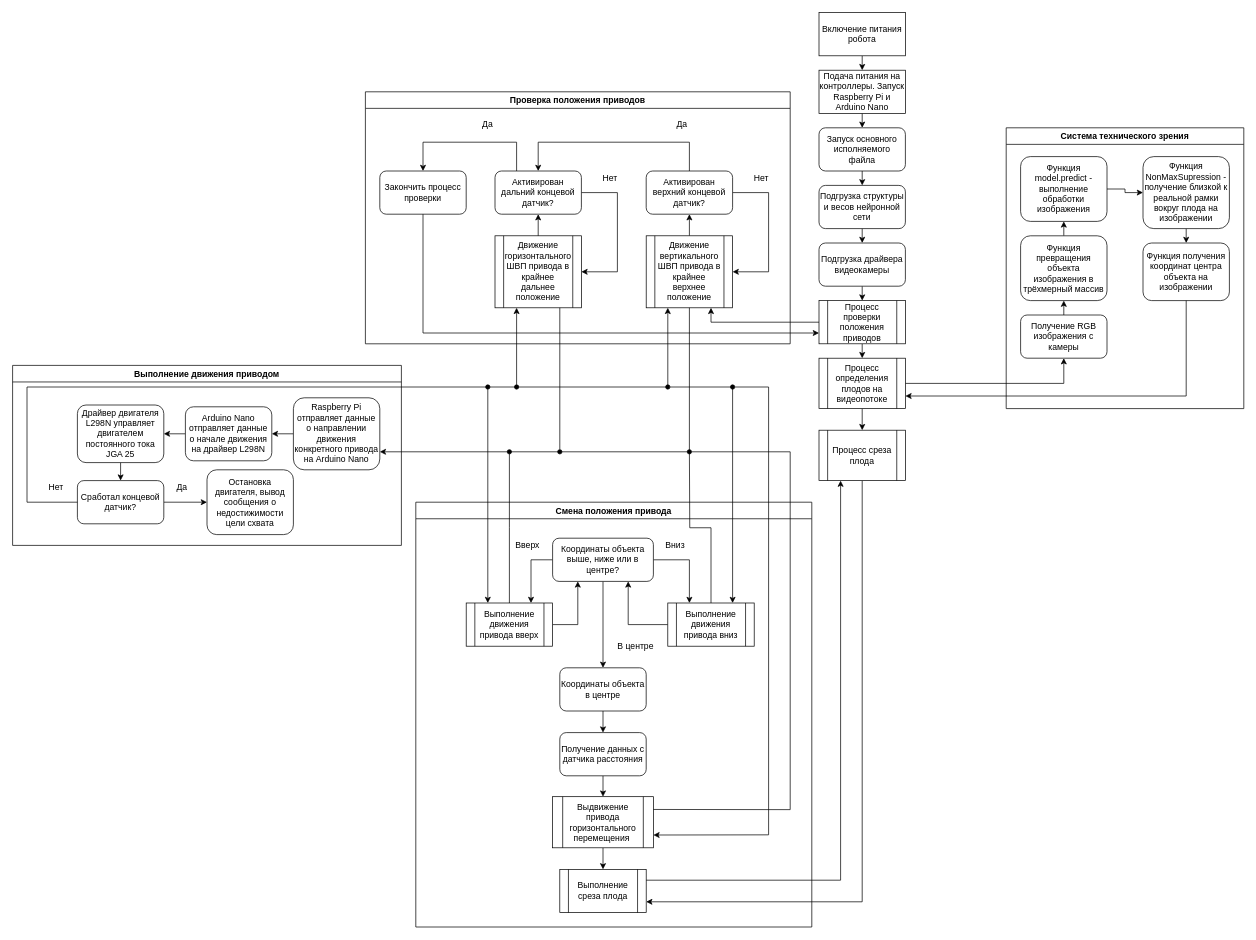
Earlier version of the draw.io diagram General algorithm of operation full.drawio (olegogogo/GreenhouseRobotPicker). Source tidied: cells renumbered, new cells numbered last; positions are measured from the earlier drawing's top-left corner, leaving out a move shared by most shapes. Both pictures are drawn from the tidied source at 72%, with x=0, y=0 at pixel (12, 12).
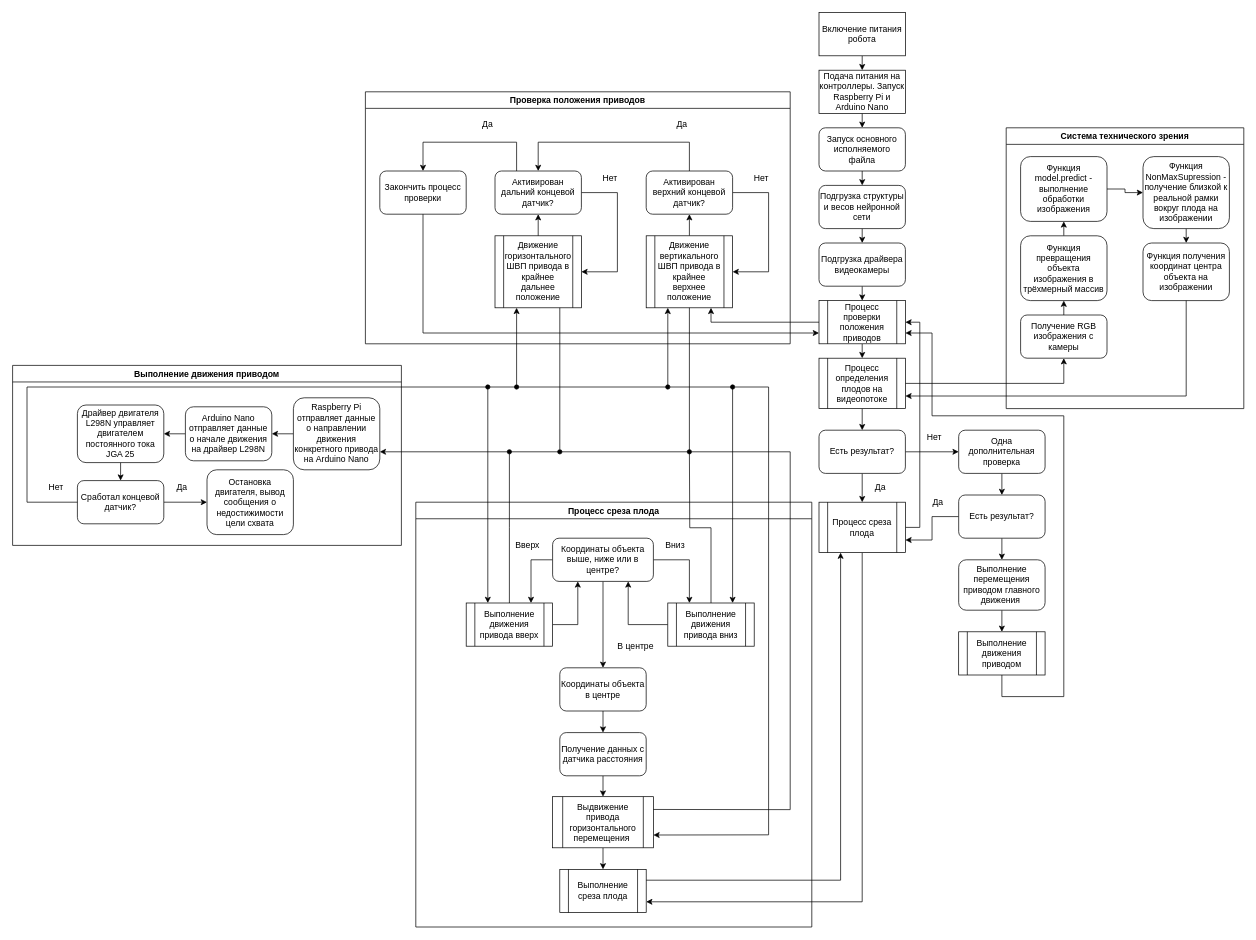
The same diagram, later.

Unchanged cells that the change refers to:
```xml
<mxCell id="30" value="&lt;span&gt;Процесс проверки положения приводов&lt;/span&gt;" style="shape=process;whiteSpace=wrap;html=1;backgroundOutline=1;" parent="1" vertex="1">
  <mxGeometry x="1120" y="400" width="120" height="60" as="geometry" />
</mxCell>
<mxCell id="34" value="Процесс определения плодов на видеопотоке" style="shape=process;whiteSpace=wrap;html=1;backgroundOutline=1;" parent="1" vertex="1">
  <mxGeometry x="1120" y="480" width="120" height="70" as="geometry" />
</mxCell>
```

The edit, as a diff of the source:
```diff
@@
-    <mxCell id="33" style="edgeStyle=orthogonalEdgeStyle;rounded=0;jettySize=auto;html=1;exitX=0.5;exitY=1;exitDx=0;exitDy=0;entryX=0.5;entryY=0;entryDx=0;entryDy=0;" parent="1" edge="1" source="34" target="47">
-      <mxGeometry relative="1" as="geometry" />
-    </mxCell>
+    <mxCell id="90" style="edgeStyle=orthogonalEdgeStyle;rounded=0;jettySize=auto;html=1;exitX=0.5;exitY=1;exitDx=0;exitDy=0;entryX=0.5;entryY=0;entryDx=0;entryDy=0;startArrow=none;startFill=0;endArrow=classic;endFill=1;" parent="1" edge="1" source="34" target="94">
+      <mxGeometry relative="1" as="geometry" />
+    </mxCell>
@@
+    <mxCell id="91" style="edgeStyle=orthogonalEdgeStyle;rounded=0;jettySize=auto;html=1;exitX=1;exitY=0.5;exitDx=0;exitDy=0;entryX=1;entryY=0.5;entryDx=0;entryDy=0;startArrow=none;startFill=0;endArrow=classic;endFill=1;" parent="1" edge="1" source="47" target="30">
+      <mxGeometry relative="1" as="geometry" />
+    </mxCell>
     <mxCell id="47" value="Процесс среза плода" style="shape=process;whiteSpace=wrap;html=1;backgroundOutline=1;" parent="1" vertex="1">
-      <mxGeometry x="1120" y="580" width="120" height="70" as="geometry" />
+      <mxGeometry x="1120" y="680" width="120" height="70" as="geometry" />
     </mxCell>
-    <mxCell id="48" value="Смена положения привода" style="swimlane;" parent="1" vertex="1">
+    <mxCell id="48" value="Процесс среза плода" style="swimlane;" parent="1" vertex="1">
       <mxGeometry x="560" y="680" width="550" height="590" as="geometry" />
     </mxCell>
@@
+    <mxCell id="92" style="edgeStyle=orthogonalEdgeStyle;rounded=0;jettySize=auto;html=1;exitX=0.5;exitY=1;exitDx=0;exitDy=0;entryX=0.5;entryY=0;entryDx=0;entryDy=0;startArrow=none;startFill=0;endArrow=classic;endFill=1;" parent="1" edge="1" source="94" target="47">
+      <mxGeometry relative="1" as="geometry" />
+    </mxCell>
+    <mxCell id="93" style="edgeStyle=orthogonalEdgeStyle;rounded=0;jettySize=auto;html=1;exitX=1;exitY=0.5;exitDx=0;exitDy=0;entryX=0;entryY=0.5;entryDx=0;entryDy=0;startArrow=none;startFill=0;endArrow=classic;endFill=1;" parent="1" edge="1" source="94" target="97">
+      <mxGeometry relative="1" as="geometry" />
+    </mxCell>
+    <mxCell id="94" value="Есть результат?" style="rounded=1;whiteSpace=wrap;html=1;" parent="1" vertex="1">
+      <mxGeometry x="1120" y="580" width="120" height="60" as="geometry" />
+    </mxCell>
+    <mxCell id="95" value="Да" style="text;html=1;align=center;verticalAlign=middle;strokeColor=none;fillColor=none;" parent="1" vertex="1">
+      <mxGeometry x="1190" y="650" width="30" height="20" as="geometry" />
+    </mxCell>
+    <mxCell id="96" style="edgeStyle=orthogonalEdgeStyle;rounded=0;jettySize=auto;html=1;exitX=0.5;exitY=1;exitDx=0;exitDy=0;entryX=0.5;entryY=0;entryDx=0;entryDy=0;startArrow=none;startFill=0;endArrow=classic;endFill=1;" parent="1" edge="1" source="97" target="101">
+      <mxGeometry relative="1" as="geometry" />
+    </mxCell>
+    <mxCell id="97" value="Одна дополнительная проверка" style="rounded=1;whiteSpace=wrap;html=1;" parent="1" vertex="1">
+      <mxGeometry x="1314" y="580" width="120" height="60" as="geometry" />
+    </mxCell>
+    <mxCell id="98" value="Нет" style="text;html=1;align=center;verticalAlign=middle;strokeColor=none;fillColor=none;" parent="1" vertex="1">
+      <mxGeometry x="1260" y="580" width="40" height="20" as="geometry" />
+    </mxCell>
+    <mxCell id="99" style="edgeStyle=orthogonalEdgeStyle;rounded=0;jettySize=auto;html=1;exitX=0;exitY=0.5;exitDx=0;exitDy=0;entryX=1;entryY=0.75;entryDx=0;entryDy=0;startArrow=none;startFill=0;endArrow=classic;endFill=1;" parent="1" edge="1" source="101" target="47">
+      <mxGeometry relative="1" as="geometry" />
+    </mxCell>
+    <mxCell id="100" style="edgeStyle=orthogonalEdgeStyle;rounded=0;jettySize=auto;html=1;exitX=0.5;exitY=1;exitDx=0;exitDy=0;entryX=0.5;entryY=0;entryDx=0;entryDy=0;startArrow=none;startFill=0;endArrow=classic;endFill=1;" parent="1" edge="1" source="101" target="104">
+      <mxGeometry relative="1" as="geometry" />
+    </mxCell>
+    <mxCell id="101" value="Есть результат?" style="rounded=1;whiteSpace=wrap;html=1;" parent="1" vertex="1">
+      <mxGeometry x="1314" y="670" width="120" height="60" as="geometry" />
+    </mxCell>
+    <mxCell id="102" value="Да" style="text;html=1;align=center;verticalAlign=middle;strokeColor=none;fillColor=none;" parent="1" vertex="1">
+      <mxGeometry x="1270" y="670" width="30" height="20" as="geometry" />
+    </mxCell>
+    <mxCell id="103" style="edgeStyle=orthogonalEdgeStyle;rounded=0;jettySize=auto;html=1;exitX=0.5;exitY=1;exitDx=0;exitDy=0;entryX=0.5;entryY=0;entryDx=0;entryDy=0;startArrow=none;startFill=0;endArrow=classic;endFill=1;" parent="1" edge="1" source="104" target="106">
+      <mxGeometry relative="1" as="geometry" />
+    </mxCell>
+    <mxCell id="104" value="Выполнение перемещения приводом главного движения&amp;nbsp;" style="rounded=1;whiteSpace=wrap;html=1;" parent="1" vertex="1">
+      <mxGeometry x="1314" y="760" width="120" height="70" as="geometry" />
+    </mxCell>
+    <mxCell id="105" style="edgeStyle=orthogonalEdgeStyle;rounded=0;jettySize=auto;html=1;exitX=0.5;exitY=1;exitDx=0;exitDy=0;entryX=1;entryY=0.75;entryDx=0;entryDy=0;startArrow=none;startFill=0;endArrow=classic;endFill=1;" parent="1" edge="1" source="106" target="30">
+      <mxGeometry relative="1" as="geometry">
+        <Array as="points">
+          <mxPoint x="1374" y="950" />
+          <mxPoint x="1460" y="950" />
+          <mxPoint x="1460" y="560" />
+          <mxPoint x="1277" y="560" />
+          <mxPoint x="1277" y="445" />
+        </Array>
+      </mxGeometry>
+    </mxCell>
+    <mxCell id="106" value="Выполнение движения приводом" style="shape=process;whiteSpace=wrap;html=1;backgroundOutline=1;" parent="1" vertex="1">
+      <mxGeometry x="1314" y="860" width="120" height="60" as="geometry" />
+    </mxCell>
```
